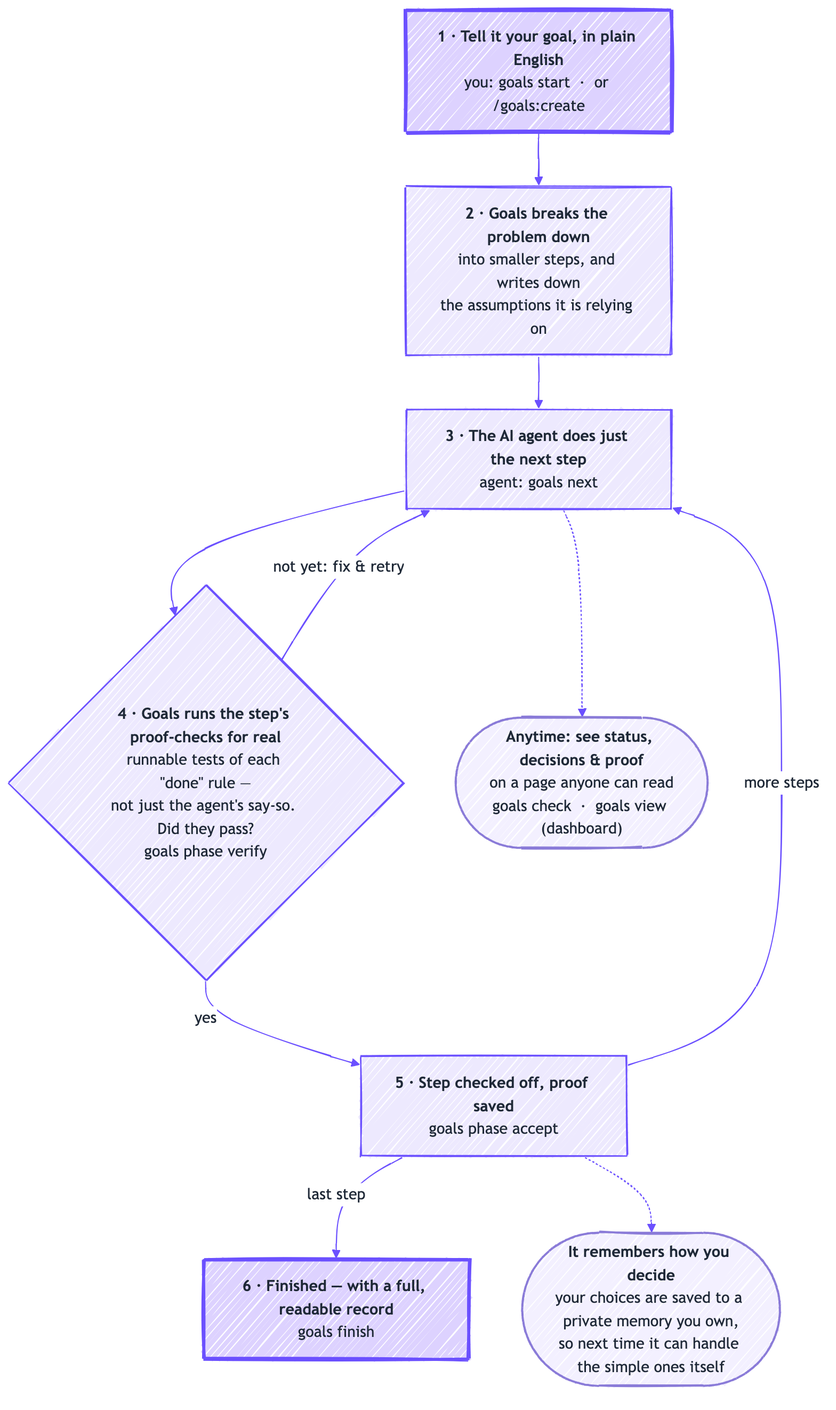
Earlier version of the Mermaid export docs/assets/lifecycle.png (ShivamGupta42/goals). Its source is kept beside it as docs/assets/lifecycle.mmd.
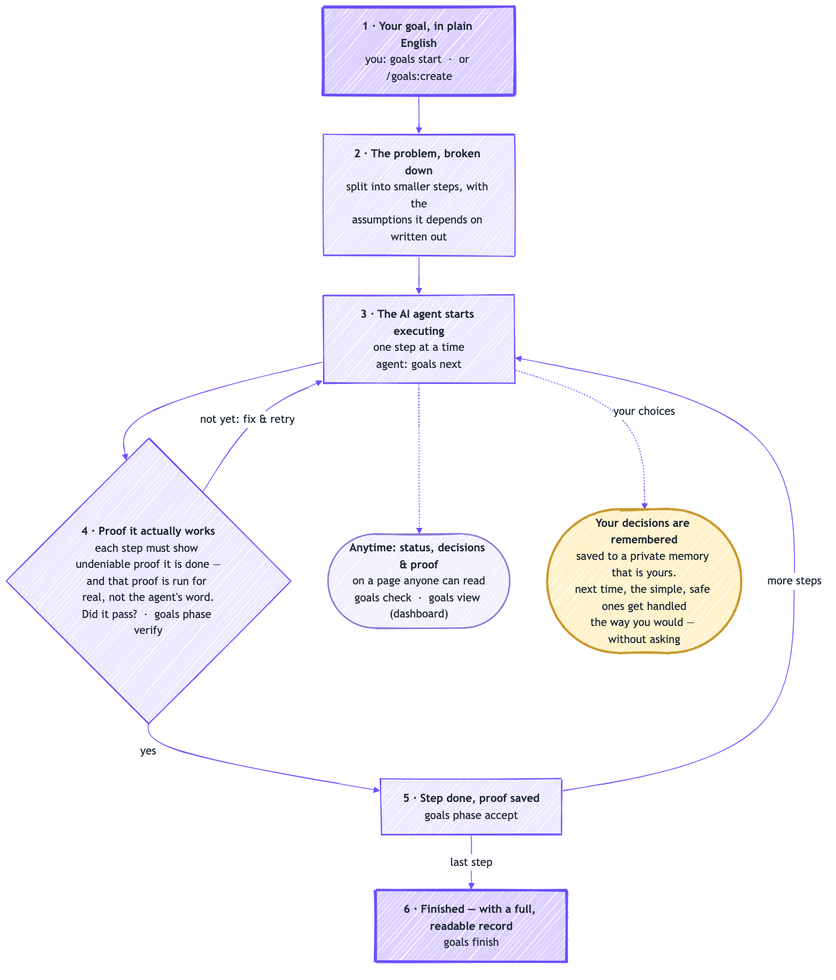
After the commit.

Commit message:
docs: plainer lifecycle diagram — drop "Goals" subject, clearer proof + memory (#38)

Change to the diagram source:
```diff
@@ -11,14 +11,14 @@
     fontSize: "15px"
 ---
 flowchart TD
-    A["<b>1 · Tell it your goal, in plain English</b><br/>you: goals start  ·  or /goals:create"]
-    B["<b>2 · Goals breaks the problem down</b><br/>into smaller steps, and writes down<br/>the assumptions it is relying on"]
-    C["<b>3 · The AI agent does just the next step</b><br/>agent: goals next"]
-    D{"<b>4 · Goals runs the step's proof-checks for real</b><br/>runnable tests of each &quot;done&quot; rule —<br/>not just the agent's say-so. Did they pass?<br/>goals phase verify"}
-    E["<b>5 · Step checked off, proof saved</b><br/>goals phase accept"]
+    A["<b>1 · Your goal, in plain English</b><br/>you: goals start  ·  or /goals:create"]
+    B["<b>2 · The problem, broken down</b><br/>split into smaller steps, with the<br/>assumptions it depends on written out"]
+    C["<b>3 · The AI agent starts executing</b><br/>one step at a time<br/>agent: goals next"]
+    D{"<b>4 · Proof it actually works</b><br/>each step must show undeniable proof it is done —<br/>and that proof is run for real, not the agent's word.<br/>Did it pass?  ·  goals phase verify"}
+    E["<b>5 · Step done, proof saved</b><br/>goals phase accept"]
     F["<b>6 · Finished — with a full, readable record</b><br/>goals finish"]
-    DASH(["<b>Anytime: see status, decisions &amp; proof</b><br/>on a page anyone can read<br/>goals check  ·  goals view (dashboard)"])
-    MEM(["<b>It remembers how you decide</b><br/>your choices are saved to a private memory you own,<br/>so next time it can handle the simple ones itself"])
+    DASH(["<b>Anytime: status, decisions &amp; proof</b><br/>on a page anyone can read<br/>goals check  ·  goals view (dashboard)"])
+    MEM(["<b>Your decisions are remembered</b><br/>saved to a private memory that is yours.<br/>next time, the simple, safe ones get handled<br/>the way you would — without asking"])
 
     A --> B --> C --> D
     D -- "not yet: fix &amp; retry" --> C
@@ -26,9 +26,11 @@
     E -- "more steps" --> C
     E -- "last step" --> F
     C -.-> DASH
-    E -.-> MEM
+    C -. "your choices" .-> MEM
 
     classDef youstep fill:#DDD2FF,stroke:#6B50FF,stroke-width:3px,color:#1F2937;
     classDef look fill:#F3F0FF,stroke:#8A7BD8,stroke-width:2px,color:#1F2937;
+    classDef mem fill:#FFF1C9,stroke:#C99A2E,stroke-width:3px,color:#1F2937;
     class A,F youstep;
-    class DASH,MEM look;
+    class DASH look;
+    class MEM mem;
```
